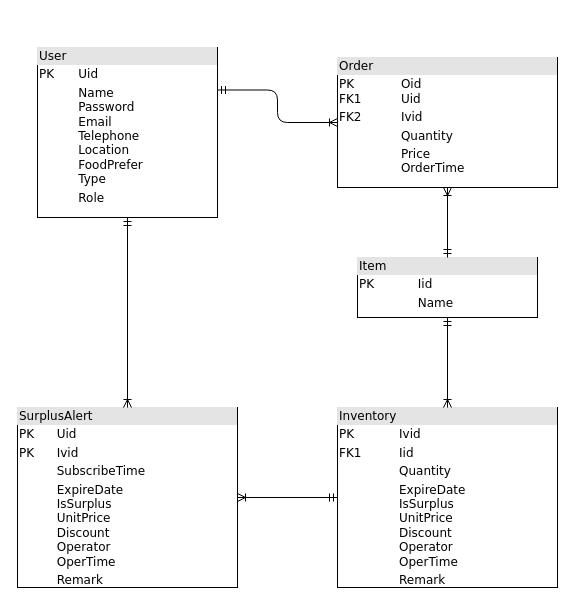
Earlier version of the draw.io diagram FWRP-db.drawio (panjuncai/Req). Source tidied: cells renumbered, new cells numbered last; positions are measured from the earlier drawing's top-left corner, leaving out a move shared by most shapes. Both pictures are drawn from the tidied source at 100%, with x=0, y=0 at pixel (17, 47).
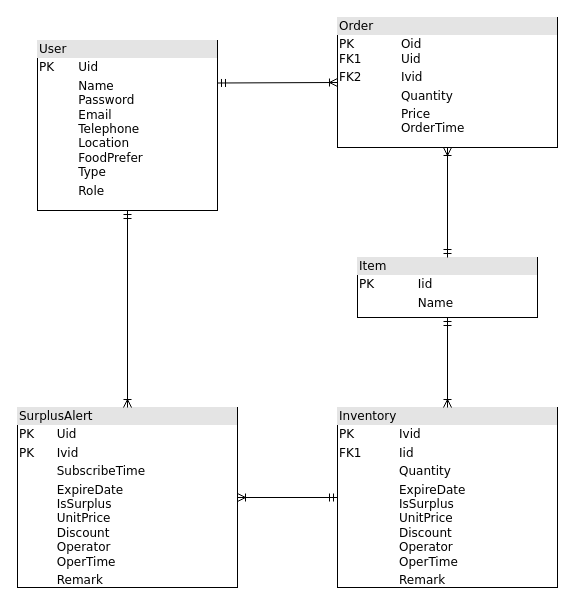
The same page after the edit.

Diff of the diagram source:
```diff
@@
 <mxGraphModel>
   <root>
     <mxCell id="0" />
     <mxCell id="1" parent="0" />
     <mxCell id="2" value="&lt;div style=&quot;box-sizing:border-box;width:100%;background:#e4e4e4;padding:2px;&quot;&gt;User&lt;/div&gt;&lt;table style=&quot;width:100%;font-size:1em;&quot; cellpadding=&quot;2&quot; cellspacing=&quot;0&quot;&gt;&lt;tbody&gt;&lt;tr&gt;&lt;td&gt;PK&lt;/td&gt;&lt;td&gt;Uid&lt;/td&gt;&lt;/tr&gt;&lt;tr&gt;&lt;td&gt;&lt;/td&gt;&lt;td&gt;Name&lt;br&gt;Password&lt;br&gt;Email&lt;br&gt;Telephone&lt;br&gt;Location&lt;br&gt;FoodPrefer&lt;br&gt;Type&lt;/td&gt;&lt;/tr&gt;&lt;tr&gt;&lt;td&gt;&lt;/td&gt;&lt;td&gt;Role&lt;/td&gt;&lt;/tr&gt;&lt;/tbody&gt;&lt;/table&gt;" style="verticalAlign=top;align=left;overflow=fill;html=1;rounded=0;shadow=0;comic=0;labelBackgroundColor=none;strokeWidth=1;fontFamily=Verdana;fontSize=12;" parent="1" vertex="1">
-      <mxGeometry x="20" width="180" height="170" as="geometry" />
+      <mxGeometry x="20" y="-7" width="180" height="170" as="geometry" />
     </mxCell>
     <mxCell id="3" value="&lt;div style=&quot;box-sizing:border-box;width:100%;background:#e4e4e4;padding:2px;&quot;&gt;Item&lt;/div&gt;&lt;table style=&quot;width:100%;font-size:1em;&quot; cellpadding=&quot;2&quot; cellspacing=&quot;0&quot;&gt;&lt;tbody&gt;&lt;tr&gt;&lt;td&gt;PK&lt;/td&gt;&lt;td&gt;Iid&lt;/td&gt;&lt;/tr&gt;&lt;tr&gt;&lt;td&gt;&lt;/td&gt;&lt;td&gt;Name&lt;br&gt;&lt;/td&gt;&lt;/tr&gt;&lt;tr&gt;&lt;td&gt;&lt;/td&gt;&lt;td&gt;&lt;br&gt;&lt;/td&gt;&lt;/tr&gt;&lt;/tbody&gt;&lt;/table&gt;" style="verticalAlign=top;align=left;overflow=fill;html=1;rounded=0;shadow=0;comic=0;labelBackgroundColor=none;strokeWidth=1;fontFamily=Verdana;fontSize=12;" parent="1" vertex="1">
       <mxGeometry x="340" y="210" width="180" height="60" as="geometry" />
     </mxCell>
     <mxCell id="4" value="&lt;div style=&quot;box-sizing:border-box;width:100%;background:#e4e4e4;padding:2px;&quot;&gt;Inventory&lt;/div&gt;&lt;table style=&quot;width:100%;font-size:1em;&quot; cellpadding=&quot;2&quot; cellspacing=&quot;0&quot;&gt;&lt;tbody&gt;&lt;tr&gt;&lt;td&gt;PK&lt;/td&gt;&lt;td&gt;Ivid&lt;/td&gt;&lt;/tr&gt;&lt;tr&gt;&lt;td&gt;FK1&lt;/td&gt;&lt;td&gt;Iid&lt;/td&gt;&lt;/tr&gt;&lt;tr&gt;&lt;td&gt;&lt;br&gt;&lt;/td&gt;&lt;td&gt;Quantity&lt;br&gt;&lt;/td&gt;&lt;/tr&gt;&lt;tr&gt;&lt;td&gt;&lt;br&gt;&lt;/td&gt;&lt;td&gt;ExpireDate&lt;br&gt;IsSurplus&lt;br&gt;UnitPrice&lt;br&gt;Discount&lt;br&gt;Operator&lt;br&gt;OperTime&lt;/td&gt;&lt;/tr&gt;&lt;tr&gt;&lt;td&gt;&lt;br&gt;&lt;/td&gt;&lt;td&gt;Remark&lt;/td&gt;&lt;/tr&gt;&lt;/tbody&gt;&lt;/table&gt;" style="verticalAlign=top;align=left;overflow=fill;html=1;rounded=0;shadow=0;comic=0;labelBackgroundColor=none;strokeWidth=1;fontFamily=Verdana;fontSize=12;" parent="1" vertex="1">
       <mxGeometry x="320" y="360" width="220" height="180" as="geometry" />
     </mxCell>
     <mxCell id="5" value="&lt;div style=&quot;box-sizing:border-box;width:100%;background:#e4e4e4;padding:2px;&quot;&gt;Order&lt;/div&gt;&lt;table style=&quot;width:100%;font-size:1em;&quot; cellpadding=&quot;2&quot; cellspacing=&quot;0&quot;&gt;&lt;tbody&gt;&lt;tr&gt;&lt;td&gt;PK&lt;br&gt;FK1&lt;/td&gt;&lt;td&gt;Oid&lt;br&gt;Uid&lt;/td&gt;&lt;/tr&gt;&lt;tr&gt;&lt;td&gt;FK2&lt;/td&gt;&lt;td&gt;Ivid&lt;/td&gt;&lt;/tr&gt;&lt;tr&gt;&lt;td&gt;&lt;br&gt;&lt;/td&gt;&lt;td&gt;Quantity&lt;br&gt;&lt;/td&gt;&lt;/tr&gt;&lt;tr&gt;&lt;td&gt;&lt;br&gt;&lt;/td&gt;&lt;td&gt;Price&lt;br&gt;OrderTime&lt;/td&gt;&lt;/tr&gt;&lt;tr&gt;&lt;td&gt;&lt;br&gt;&lt;/td&gt;&lt;td&gt;&lt;br&gt;&lt;/td&gt;&lt;/tr&gt;&lt;/tbody&gt;&lt;/table&gt;" style="verticalAlign=top;align=left;overflow=fill;html=1;rounded=0;shadow=0;comic=0;labelBackgroundColor=none;strokeWidth=1;fontFamily=Verdana;fontSize=12;" parent="1" vertex="1">
-      <mxGeometry x="320" y="10" width="220" height="130" as="geometry" />
+      <mxGeometry x="320" y="-30" width="220" height="130" as="geometry" />
     </mxCell>
     <mxCell id="6" value="&lt;div style=&quot;box-sizing:border-box;width:100%;background:#e4e4e4;padding:2px;&quot;&gt;SurplusAlert&lt;/div&gt;&lt;table style=&quot;width:100%;font-size:1em;&quot; cellpadding=&quot;2&quot; cellspacing=&quot;0&quot;&gt;&lt;tbody&gt;&lt;tr&gt;&lt;td&gt;PK&lt;/td&gt;&lt;td&gt;Uid&lt;/td&gt;&lt;/tr&gt;&lt;tr&gt;&lt;td&gt;PK&lt;/td&gt;&lt;td&gt;Ivid&lt;/td&gt;&lt;/tr&gt;&lt;tr&gt;&lt;td&gt;&lt;br&gt;&lt;/td&gt;&lt;td&gt;SubscribeTime&lt;/td&gt;&lt;/tr&gt;&lt;tr&gt;&lt;td&gt;&lt;br&gt;&lt;/td&gt;&lt;td&gt;ExpireDate&lt;br&gt;IsSurplus&lt;br&gt;UnitPrice&lt;br&gt;Discount&lt;br&gt;Operator&lt;br&gt;OperTime&lt;/td&gt;&lt;/tr&gt;&lt;tr&gt;&lt;td&gt;&lt;br&gt;&lt;/td&gt;&lt;td&gt;Remark&lt;/td&gt;&lt;/tr&gt;&lt;/tbody&gt;&lt;/table&gt;" style="verticalAlign=top;align=left;overflow=fill;html=1;rounded=0;shadow=0;comic=0;labelBackgroundColor=none;strokeWidth=1;fontFamily=Verdana;fontSize=12;" parent="1" vertex="1">
       <mxGeometry y="360" width="220" height="180" as="geometry" />
     </mxCell>
-    <mxCell id="7" style="edgeStyle=orthogonalEdgeStyle;html=1;endArrow=ERoneToMany;startArrow=ERmandOne;labelBackgroundColor=none;fontFamily=Verdana;fontSize=12;align=left;exitX=1;exitY=0.25;exitDx=0;exitDy=0;entryX=0;entryY=0.5;entryDx=0;entryDy=0;" parent="1" edge="1" source="2" target="5">
+    <mxCell id="7" style="html=1;endArrow=ERoneToMany;startArrow=ERmandOne;labelBackgroundColor=none;fontFamily=Verdana;fontSize=12;align=left;exitX=1;exitY=0.25;exitDx=0;exitDy=0;entryX=0;entryY=0.5;entryDx=0;entryDy=0;" parent="1" edge="1" source="2" target="5">
       <mxGeometry relative="1" as="geometry" />
     </mxCell>
     <mxCell id="8" style="edgeStyle=orthogonalEdgeStyle;html=1;endArrow=ERoneToMany;startArrow=ERmandOne;labelBackgroundColor=none;fontFamily=Verdana;fontSize=12;align=left;exitX=0.5;exitY=0;exitDx=0;exitDy=0;entryX=0.5;entryY=1;entryDx=0;entryDy=0;" parent="1" edge="1" source="3" target="5">
       <mxGeometry relative="1" as="geometry" />
     </mxCell>
     <mxCell id="9" style="edgeStyle=orthogonalEdgeStyle;html=1;endArrow=ERoneToMany;startArrow=ERmandOne;labelBackgroundColor=none;fontFamily=Verdana;fontSize=12;align=left;entryX=0.5;entryY=0;entryDx=0;entryDy=0;exitX=0.5;exitY=1;exitDx=0;exitDy=0;" parent="1" edge="1" source="3" target="4">
       <mxGeometry relative="1" as="geometry" />
     </mxCell>
     <mxCell id="10" style="edgeStyle=orthogonalEdgeStyle;html=1;endArrow=ERoneToMany;startArrow=ERmandOne;labelBackgroundColor=none;fontFamily=Verdana;fontSize=12;align=left;exitX=0.5;exitY=1;exitDx=0;exitDy=0;" parent="1" edge="1" source="2" target="6">
       <mxGeometry relative="1" as="geometry" />
     </mxCell>
     <mxCell id="11" style="edgeStyle=orthogonalEdgeStyle;html=1;endArrow=ERoneToMany;startArrow=ERmandOne;labelBackgroundColor=none;fontFamily=Verdana;fontSize=12;align=left;exitX=0;exitY=0.5;exitDx=0;exitDy=0;entryX=1;entryY=0.5;entryDx=0;entryDy=0;" parent="1" edge="1" source="4" target="6">
       <mxGeometry relative="1" as="geometry" />
     </mxCell>
   </root>
 </mxGraphModel>
```
